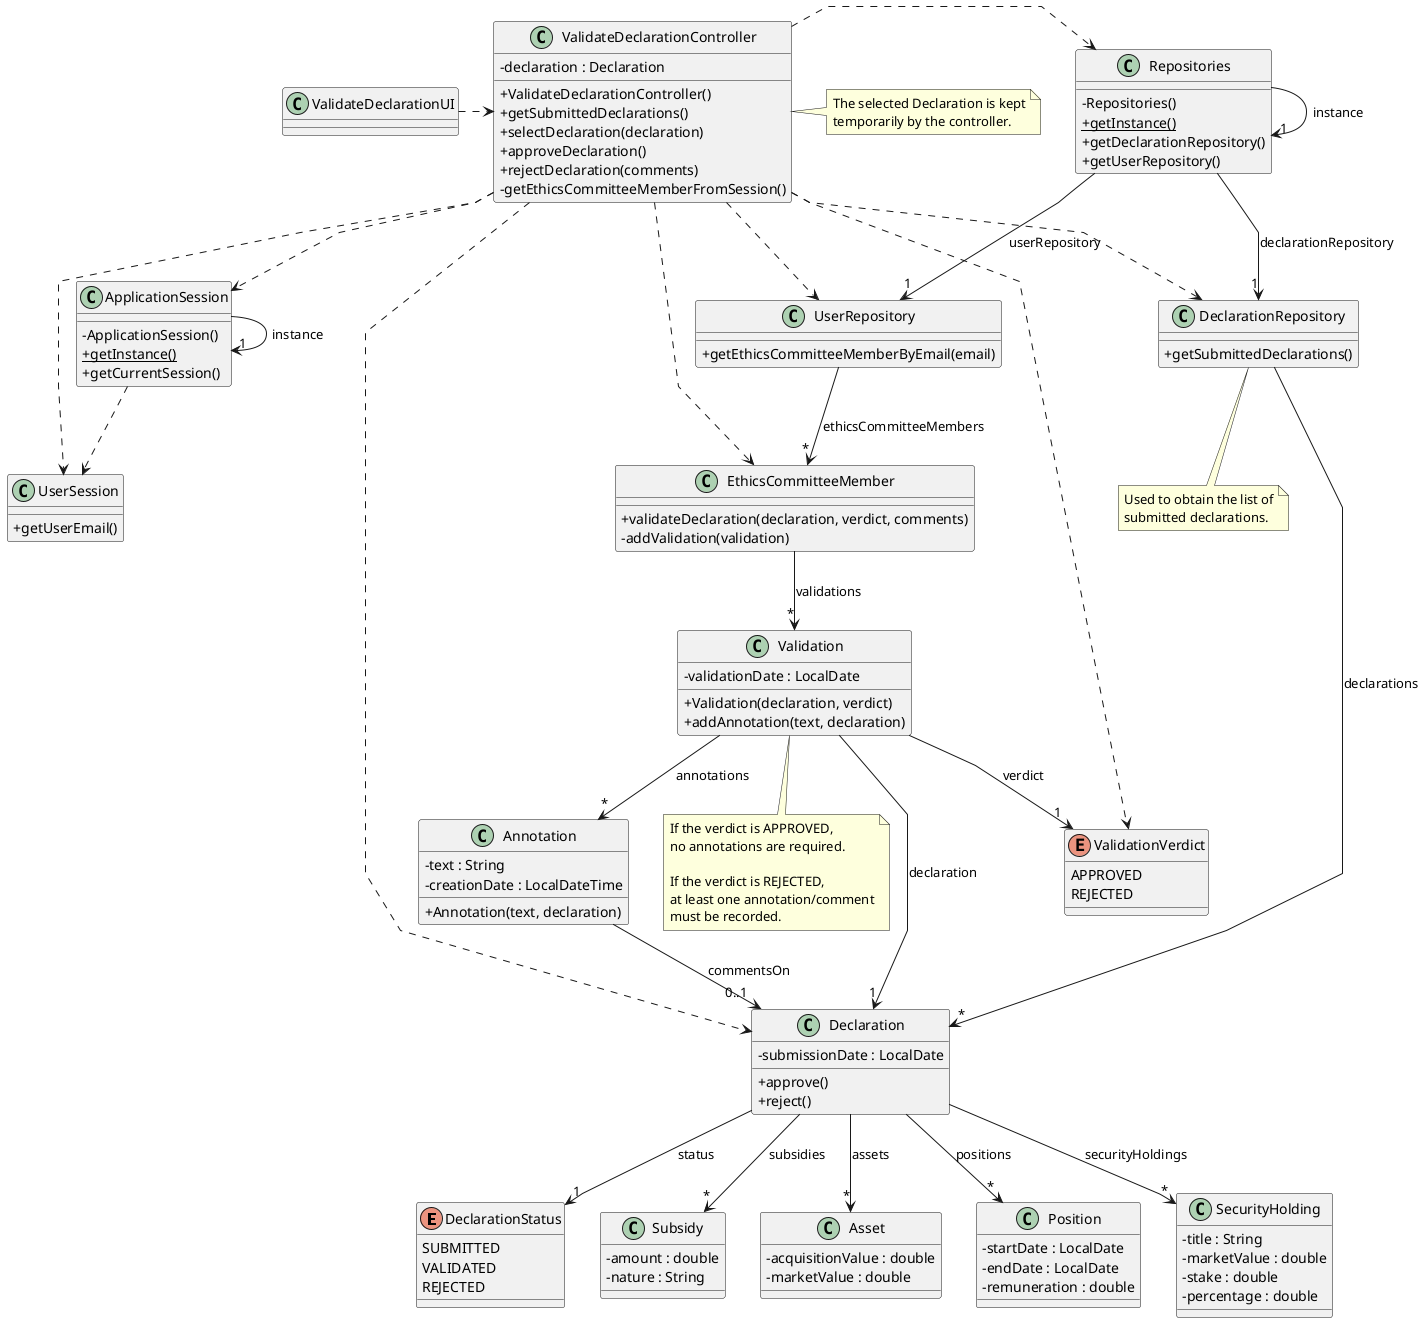
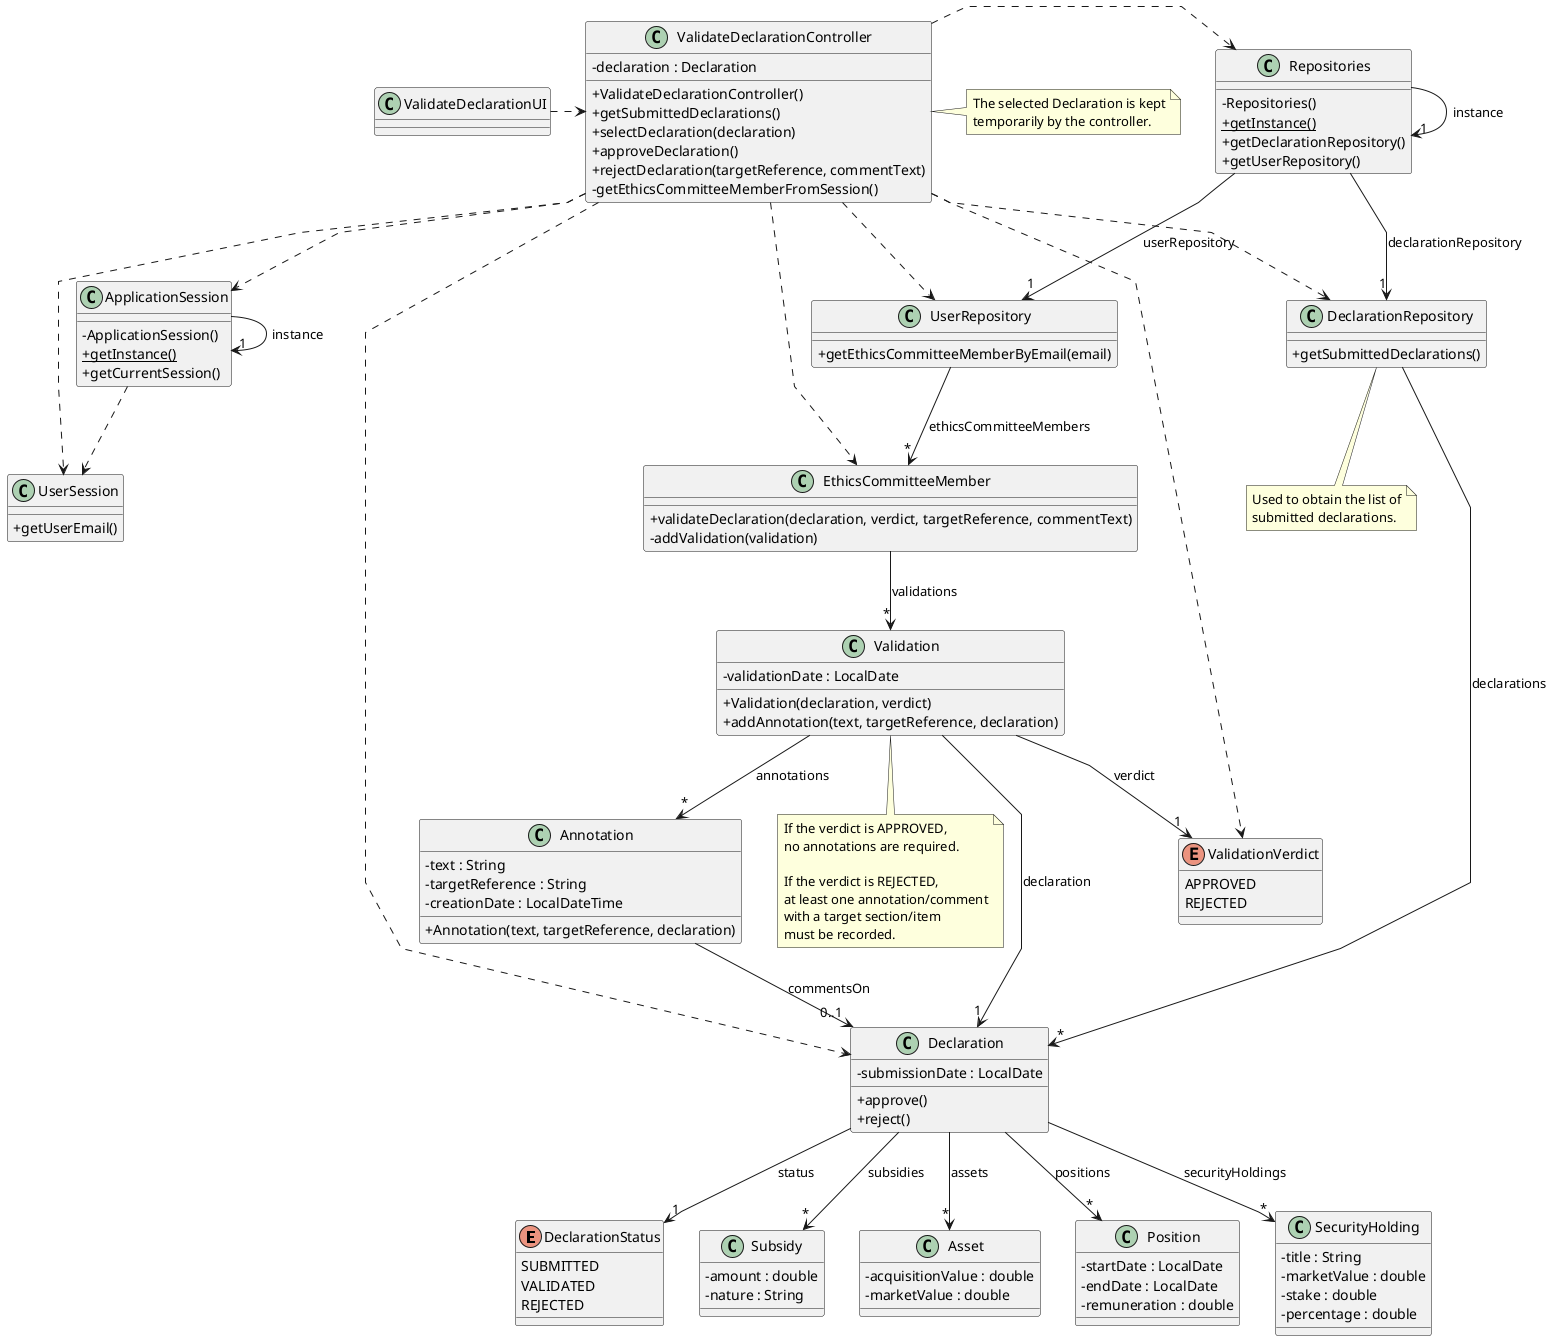
@startuml
'skinparam monochrome true
skinparam packageStyle rectangle
skinparam shadowing false
skinparam linetype polyline
'skinparam linetype orto

skinparam classAttributeIconSize 0

enum DeclarationStatus {
    SUBMITTED
    VALIDATED
    REJECTED
}

enum ValidationVerdict {
    APPROVED
    REJECTED
}

class ApplicationSession {
    - ApplicationSession()
    + {static} getInstance()
    + getCurrentSession()
}

class UserSession {
    + getUserEmail()
}

class EthicsCommitteeMember {
-     + validateDeclaration(declaration, verdict, comments)
+     + validateDeclaration(declaration, verdict, targetReference, commentText)
    - addValidation(validation)
}

class Declaration {
    - submissionDate : LocalDate

    + approve()
    + reject()
}

class Validation {
    - validationDate : LocalDate

    + Validation(declaration, verdict)
-     + addAnnotation(text, declaration)
+     + addAnnotation(text, targetReference, declaration)
}

class Annotation {
    - text : String
+     - targetReference : String
    - creationDate : LocalDateTime

-     + Annotation(text, declaration)
+     + Annotation(text, targetReference, declaration)
}

class Subsidy {
    - amount : double
    - nature : String
}

class Asset {
    - acquisitionValue : double
    - marketValue : double
}

class Position {
    - startDate : LocalDate
    - endDate : LocalDate
    - remuneration : double
}

class SecurityHolding {
    - title : String
    - marketValue : double
    - stake : double
    - percentage : double
}

class DeclarationRepository {
    + getSubmittedDeclarations()
}

class UserRepository {
    + getEthicsCommitteeMemberByEmail(email)
}

class Repositories {
    - Repositories()
    + {static} getInstance()
    + getDeclarationRepository()
    + getUserRepository()
}

class ValidateDeclarationController {
    - declaration : Declaration

    + ValidateDeclarationController()
    + getSubmittedDeclarations()
    + selectDeclaration(declaration)
    + approveDeclaration()
-     + rejectDeclaration(comments)
+     + rejectDeclaration(targetReference, commentText)
    - getEthicsCommitteeMemberFromSession()
}

note right of ValidateDeclarationController
    The selected Declaration is kept
    temporarily by the controller.
end note

note bottom of DeclarationRepository
    Used to obtain the list of
    submitted declarations.
end note

note bottom of Validation
    If the verdict is APPROVED,
    no annotations are required.

    If the verdict is REJECTED,
    at least one annotation/comment
+     with a target section/item
    must be recorded.
end note

class ValidateDeclarationUI {
}

ValidateDeclarationUI .> ValidateDeclarationController

ValidateDeclarationController .> Repositories
ValidateDeclarationController ..> DeclarationRepository
ValidateDeclarationController ..> UserRepository
ValidateDeclarationController ..> ApplicationSession
ValidateDeclarationController ..> UserSession
ValidateDeclarationController ..> Declaration
ValidateDeclarationController ..> EthicsCommitteeMember
ValidateDeclarationController ..> ValidationVerdict

Repositories -> "1" Repositories : instance
Repositories --> "1" DeclarationRepository : declarationRepository
Repositories --> "1" UserRepository : userRepository

ApplicationSession -> "1" ApplicationSession : instance
ApplicationSession ..> UserSession

DeclarationRepository --> "*" Declaration : declarations
UserRepository --> "*" EthicsCommitteeMember : ethicsCommitteeMembers

EthicsCommitteeMember --> "*" Validation : validations

Validation --> "1" Declaration : declaration
Validation --> "1" ValidationVerdict : verdict
Validation --> "*" Annotation : annotations

Annotation --> "0..1" Declaration : commentsOn

Declaration --> "1" DeclarationStatus : status
Declaration --> "*" Subsidy : subsidies
Declaration --> "*" Asset : assets
Declaration --> "*" Position : positions
Declaration --> "*" SecurityHolding : securityHoldings

- @enduml+ @enduml
